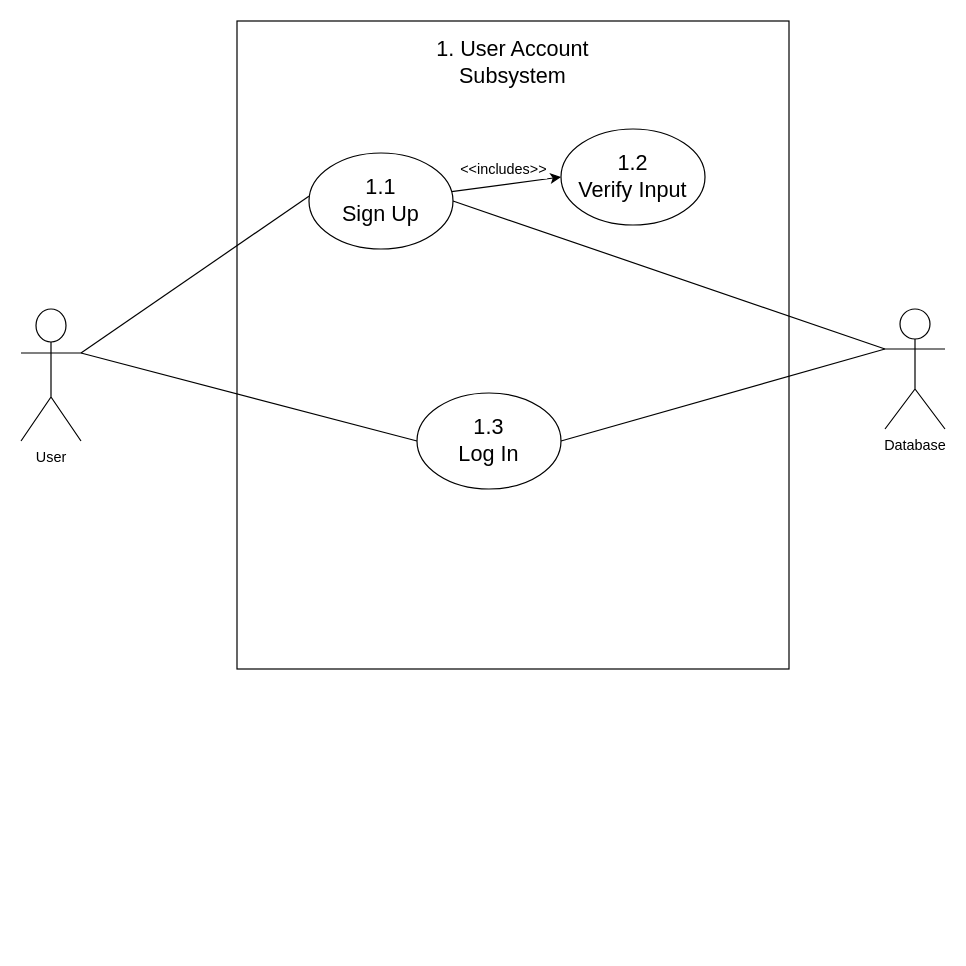
Before: docs/use-case-diagrams/Account.drawio in COS301-SE-2024/TailWaggr, a draw.io diagram. Source tidied: cells renumbered, new cells numbered last; positions are measured from the earlier drawing's top-left corner, leaving out a move shared by most shapes. Both pictures are drawn from the tidied source at 120%, with x=0, y=0 at pixel (20, 20).
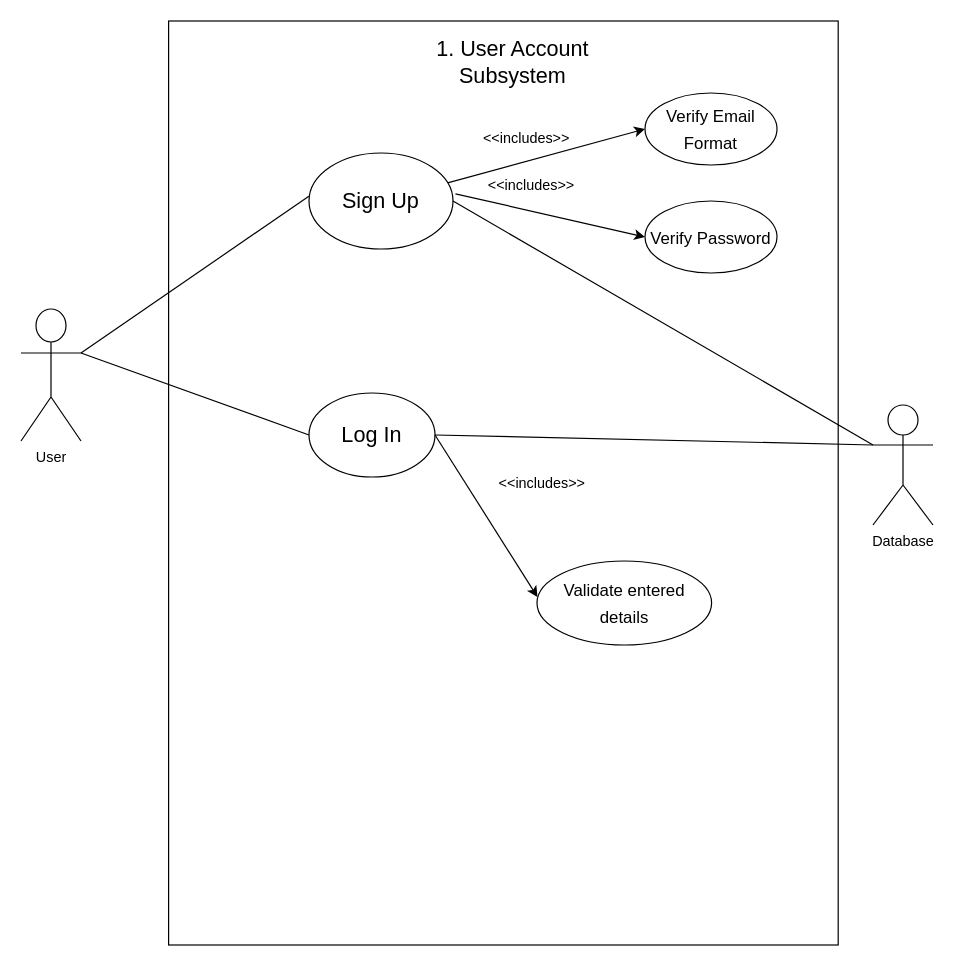
Above is the later version.

Commit message (it also covers changes not shown here):
Slightly altered account diagram and numbered Forums and Location diagrams

Unchanged cells that the change refers to:
```xml
<mxCell id="7" style="edgeStyle=none;html=1;entryX=0;entryY=0.5;entryDx=0;entryDy=0;fontSize=18;endArrow=classic;endFill=1;" parent="1" edge="1" source="9" target="11">
  <mxGeometry relative="1" as="geometry" />
</mxCell>
```

The edit, as a diff of the source:
```diff
@@
     <mxCell id="2" style="rounded=0;whiteSpace=wrap;html=1;" parent="1" vertex="1">
-      <mxGeometry x="180" width="460" height="540" as="geometry" />
+      <mxGeometry x="123" width="558" height="770" as="geometry" />
     </mxCell>
@@
     <mxCell id="5" value="Database" style="shape=umlActor;verticalLabelPosition=bottom;verticalAlign=top;html=1;outlineConnect=0;" parent="1" vertex="1">
-      <mxGeometry x="720" y="240" width="50" height="100" as="geometry" />
+      <mxGeometry x="710" y="320" width="50" height="100" as="geometry" />
     </mxCell>
@@
     <mxCell id="8" value="&lt;font style=&quot;font-size: 12px;&quot;&gt;&amp;lt;&amp;lt;includes&amp;gt;&amp;gt;&lt;/font&gt;" style="edgeLabel;html=1;align=center;verticalAlign=middle;fontSize=14;" parent="7" vertex="1">
       <mxGeometry x="-0.25" y="1" relative="1" as="geometry">
-        <mxPoint x="9" y="-14" as="offset" />
+        <mxPoint x="3" y="-21" as="offset" />
       </mxGeometry>
     </mxCell>
-    <mxCell id="9" value="1.1&lt;br&gt;Sign Up" style="ellipse;whiteSpace=wrap;html=1;fontSize=18;" parent="1" vertex="1">
+    <mxCell id="9" value="Sign Up" style="ellipse;whiteSpace=wrap;html=1;fontSize=18;" parent="1" vertex="1">
       <mxGeometry x="240" y="110" width="120" height="80" as="geometry" />
     </mxCell>
@@
-    <mxCell id="11" value="1.2&lt;br&gt;Verify Input" style="ellipse;whiteSpace=wrap;html=1;fontSize=18;" parent="1" vertex="1">
-      <mxGeometry x="450" y="90" width="120" height="80" as="geometry" />
+    <mxCell id="11" value="&lt;font style=&quot;font-size: 14px;&quot;&gt;Verify Email Format&lt;/font&gt;" style="ellipse;whiteSpace=wrap;html=1;fontSize=18;" parent="1" vertex="1">
+      <mxGeometry x="520" y="60" width="110" height="60" as="geometry" />
     </mxCell>
-    <mxCell id="12" value="1.3&lt;br&gt;Log In" style="ellipse;whiteSpace=wrap;html=1;fontSize=18;" parent="1" vertex="1">
-      <mxGeometry x="330" y="310" width="120" height="80" as="geometry" />
+    <mxCell id="12" value="Log In" style="ellipse;whiteSpace=wrap;html=1;fontSize=18;" parent="1" vertex="1">
+      <mxGeometry x="240" y="310" width="105" height="70" as="geometry" />
     </mxCell>
@@
+    <mxCell id="15" style="edgeStyle=none;html=1;fontSize=18;endArrow=classic;endFill=1;exitX=1.017;exitY=0.425;exitDx=0;exitDy=0;exitPerimeter=0;entryX=0;entryY=0.5;entryDx=0;entryDy=0;" parent="1" edge="1" source="9" target="17">
+      <mxGeometry relative="1" as="geometry" />
+    </mxCell>
+    <mxCell id="16" value="&lt;font style=&quot;font-size: 12px;&quot;&gt;&amp;lt;&amp;lt;includes&amp;gt;&amp;gt;&lt;/font&gt;" style="edgeLabel;html=1;align=center;verticalAlign=middle;fontSize=14;" parent="15" vertex="1">
+      <mxGeometry x="-0.25" y="1" relative="1" as="geometry">
+        <mxPoint x="3" y="-21" as="offset" />
+      </mxGeometry>
+    </mxCell>
+    <mxCell id="17" value="&lt;font style=&quot;font-size: 14px;&quot;&gt;Verify Password&lt;/font&gt;" style="ellipse;whiteSpace=wrap;html=1;fontSize=18;" parent="1" vertex="1">
+      <mxGeometry x="520" y="150" width="110" height="60" as="geometry" />
+    </mxCell>
+    <mxCell id="18" value="&lt;font style=&quot;font-size: 14px;&quot;&gt;Validate entered details&lt;/font&gt;" style="ellipse;whiteSpace=wrap;html=1;fontSize=18;" parent="1" vertex="1">
+      <mxGeometry x="430" y="450" width="145.5" height="70" as="geometry" />
+    </mxCell>
+    <mxCell id="19" style="edgeStyle=none;html=1;entryX=0.003;entryY=0.429;entryDx=0;entryDy=0;fontSize=18;endArrow=classic;endFill=1;exitX=1;exitY=0.5;exitDx=0;exitDy=0;entryPerimeter=0;" parent="1" edge="1" source="12" target="18">
+      <mxGeometry relative="1" as="geometry" />
+    </mxCell>
+    <mxCell id="20" value="&lt;font style=&quot;font-size: 12px;&quot;&gt;&amp;lt;&amp;lt;includes&amp;gt;&amp;gt;&lt;/font&gt;" style="edgeLabel;html=1;align=center;verticalAlign=middle;fontSize=14;" parent="19" vertex="1">
+      <mxGeometry x="-0.25" y="1" relative="1" as="geometry">
+        <mxPoint x="56" y="-11" as="offset" />
+      </mxGeometry>
+    </mxCell>
```
